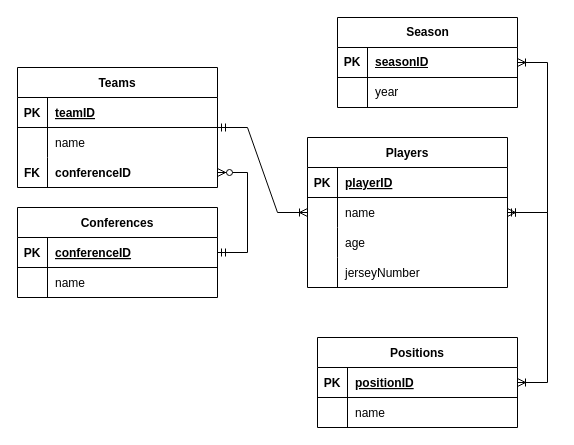
This is projDiagram.drawio from QuinnG8/LEBRON, a draw.io file, before an edit. Source tidied: cells renumbered, new cells numbered last; positions are measured from the earlier drawing's top-left corner, leaving out a move shared by most shapes. Both pictures are drawn from the tidied source at 100%, with x=0, y=0 at pixel (17, 17).
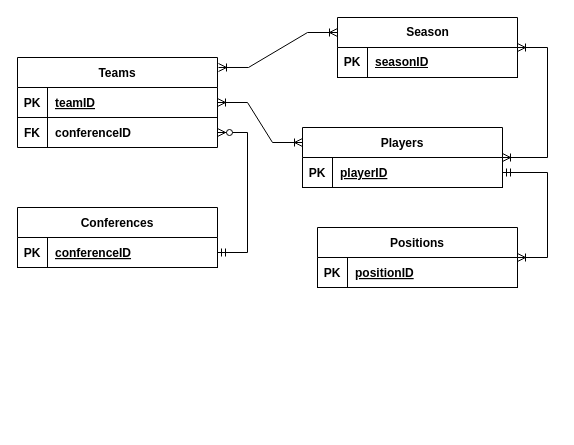
Above is the later version.

Commit message:
Updated ERD XML

Diff of the diagram source:
```diff
@@
     <mxCell id="2" value="Players" style="shape=table;startSize=30;childLayout=tableLayout;rowLines=0;fontStyle=1;align=center;" parent="1" vertex="1">
-      <mxGeometry x="290" y="120" width="200" height="150" as="geometry" />
+      <mxGeometry x="285" y="110" width="200" height="60" as="geometry" />
     </mxCell>
-    <mxCell id="3" style="shape=partialRectangle;fillColor=none;top=0;left=0;right=0;bottom=1;" parent="2" vertex="1">
-      <mxGeometry y="30" width="200" height="30" as="geometry" />
-    </mxCell>
-    <mxCell id="4" value="PK" style="shape=partialRectangle;overflow=hidden;fillColor=none;top=0;left=0;bottom=0;right=0;fontStyle=1;" parent="3" vertex="1">
-      <mxGeometry width="30" height="30" as="geometry" />
-    </mxCell>
+    <mxCell id="50" style="shape=partialRectangle;fillColor=none;points=[[0,0.5],[1,0.5]];portConstraint=eastwest;top=0;left=0;right=0;bottom=1;" parent="2" vertex="1">
+      <mxGeometry y="30" width="200" height="30" as="geometry" />
+    </mxCell>
+    <mxCell id="51" value="PK" style="shape=partialRectangle;overflow=hidden;fillColor=none;top=0;left=0;bottom=0;right=0;fontStyle=1;" parent="50" vertex="1">
+      <mxGeometry width="30" height="30" as="geometry" />
+    </mxCell>
-    <mxCell id="5" value="playerID" style="shape=partialRectangle;overflow=hidden;fillColor=none;top=0;left=0;bottom=0;right=0;align=left;spacingLeft=6;fontStyle=5;" parent="3" vertex="1">
+    <mxCell id="5" value="playerID" style="shape=partialRectangle;overflow=hidden;fillColor=none;top=0;left=0;bottom=0;right=0;align=left;spacingLeft=6;fontStyle=5;" parent="50" vertex="1">
       <mxGeometry x="30" width="170" height="30" as="geometry" />
     </mxCell>
-    <mxCell id="6" style="shape=partialRectangle;fillColor=none;top=0;left=0;right=0;bottom=0;" parent="2" vertex="1">
-      <mxGeometry y="60" width="200" height="30" as="geometry" />
-    </mxCell>
-    <mxCell id="7" style="shape=partialRectangle;overflow=hidden;fillColor=none;top=0;left=0;bottom=0;right=0;" parent="6" vertex="1">
-      <mxGeometry width="30" height="30" as="geometry" />
-    </mxCell>
-    <mxCell id="8" value="name" style="shape=partialRectangle;overflow=hidden;fillColor=none;top=0;left=0;bottom=0;right=0;align=left;spacingLeft=6;" parent="6" vertex="1">
-      <mxGeometry x="30" width="170" height="30" as="geometry" />
-    </mxCell>
-    <mxCell id="9" style="shape=partialRectangle;fillColor=none;top=0;left=0;right=0;bottom=0;" parent="2" vertex="1">
-      <mxGeometry y="90" width="200" height="30" as="geometry" />
-    </mxCell>
-    <mxCell id="10" style="shape=partialRectangle;overflow=hidden;fillColor=none;top=0;left=0;bottom=0;right=0;" parent="9" vertex="1">
-      <mxGeometry width="30" height="30" as="geometry" />
-    </mxCell>
-    <mxCell id="11" value="age" style="shape=partialRectangle;overflow=hidden;fillColor=none;top=0;left=0;bottom=0;right=0;align=left;spacingLeft=6;" parent="9" vertex="1">
-      <mxGeometry x="30" width="170" height="30" as="geometry" />
-    </mxCell>
-    <mxCell id="12" style="shape=partialRectangle;fillColor=none;top=0;left=0;right=0;bottom=0;" parent="2" vertex="1">
-      <mxGeometry y="120" width="200" height="30" as="geometry" />
-    </mxCell>
-    <mxCell id="13" style="shape=partialRectangle;overflow=hidden;fillColor=none;top=0;left=0;bottom=0;right=0;" parent="12" vertex="1">
-      <mxGeometry width="30" height="30" as="geometry" />
-    </mxCell>
-    <mxCell id="14" value="jerseyNumber" style="shape=partialRectangle;overflow=hidden;fillColor=none;top=0;left=0;bottom=0;right=0;align=left;spacingLeft=6;" parent="12" vertex="1">
-      <mxGeometry x="30" width="170" height="30" as="geometry" />
-    </mxCell>
     <mxCell id="15" value="Conferences" style="shape=table;startSize=30;childLayout=tableLayout;rowLines=0;fontStyle=1;align=center;" parent="1" vertex="1">
-      <mxGeometry y="190" width="200" height="90" as="geometry" />
+      <mxGeometry y="190" width="200" height="60" as="geometry" />
     </mxCell>
-    <mxCell id="16" style="shape=partialRectangle;fillColor=none;points=[[0,0.5],[1,0.5]];portConstraint=eastwest;top=0;left=0;right=0;bottom=1;" parent="15" vertex="1">
-      <mxGeometry y="30" width="200" height="30" as="geometry" />
-    </mxCell>
-    <mxCell id="17" value="PK" style="shape=partialRectangle;overflow=hidden;fillColor=none;top=0;left=0;bottom=0;right=0;fontStyle=1;" parent="16" vertex="1">
-      <mxGeometry width="30" height="30" as="geometry" />
-    </mxCell>
+    <mxCell id="52" style="shape=partialRectangle;fillColor=none;points=[[0,0.5],[1,0.5]];portConstraint=eastwest;top=0;left=0;right=0;bottom=1;" parent="15" vertex="1">
+      <mxGeometry y="30" width="200" height="30" as="geometry" />
+    </mxCell>
+    <mxCell id="53" value="PK" style="shape=partialRectangle;overflow=hidden;fillColor=none;top=0;left=0;bottom=0;right=0;fontStyle=1;" parent="52" vertex="1">
+      <mxGeometry width="30" height="30" as="geometry" />
+    </mxCell>
-    <mxCell id="18" value="conferenceID" style="shape=partialRectangle;overflow=hidden;fillColor=none;top=0;left=0;bottom=0;right=0;align=left;spacingLeft=6;fontStyle=5;" parent="16" vertex="1">
+    <mxCell id="18" value="conferenceID" style="shape=partialRectangle;overflow=hidden;fillColor=none;top=0;left=0;bottom=0;right=0;align=left;spacingLeft=6;fontStyle=5;" parent="52" vertex="1">
       <mxGeometry x="30" width="170" height="30" as="geometry" />
     </mxCell>
-    <mxCell id="19" style="shape=partialRectangle;fillColor=none;top=0;left=0;right=0;bottom=0;" parent="15" vertex="1">
-      <mxGeometry y="60" width="200" height="30" as="geometry" />
-    </mxCell>
-    <mxCell id="20" style="shape=partialRectangle;overflow=hidden;fillColor=none;top=0;left=0;bottom=0;right=0;" parent="19" vertex="1">
-      <mxGeometry width="30" height="30" as="geometry" />
-    </mxCell>
-    <mxCell id="21" value="name" style="shape=partialRectangle;overflow=hidden;fillColor=none;top=0;left=0;bottom=0;right=0;align=left;spacingLeft=6;" parent="19" vertex="1">
-      <mxGeometry x="30" width="170" height="30" as="geometry" />
-    </mxCell>
     <mxCell id="22" value="Positions" style="shape=table;startSize=30;childLayout=tableLayout;rowLines=0;fontStyle=1;align=center;" parent="1" vertex="1">
-      <mxGeometry x="300" y="320" width="200" height="90" as="geometry" />
+      <mxGeometry x="300" y="210" width="200" height="60" as="geometry" />
     </mxCell>
-    <mxCell id="23" style="shape=partialRectangle;fillColor=none;top=0;left=0;right=0;bottom=1;" parent="22" vertex="1">
-      <mxGeometry y="30" width="200" height="30" as="geometry" />
-    </mxCell>
-    <mxCell id="24" value="PK" style="shape=partialRectangle;overflow=hidden;fillColor=none;top=0;left=0;bottom=0;right=0;fontStyle=1;" parent="23" vertex="1">
-      <mxGeometry width="30" height="30" as="geometry" />
-    </mxCell>
+    <mxCell id="54" style="shape=partialRectangle;fillColor=none;top=0;left=0;right=0;bottom=1;" parent="22" vertex="1">
+      <mxGeometry y="30" width="200" height="30" as="geometry" />
+    </mxCell>
+    <mxCell id="55" value="PK" style="shape=partialRectangle;overflow=hidden;fillColor=none;top=0;left=0;bottom=0;right=0;fontStyle=1;" parent="54" vertex="1">
+      <mxGeometry width="30" height="30" as="geometry" />
+    </mxCell>
-    <mxCell id="25" value="positionID" style="shape=partialRectangle;overflow=hidden;fillColor=none;top=0;left=0;bottom=0;right=0;align=left;spacingLeft=6;fontStyle=5;" parent="23" vertex="1">
+    <mxCell id="25" value="positionID" style="shape=partialRectangle;overflow=hidden;fillColor=none;top=0;left=0;bottom=0;right=0;align=left;spacingLeft=6;fontStyle=5;" parent="54" vertex="1">
       <mxGeometry x="30" width="170" height="30" as="geometry" />
     </mxCell>
-    <mxCell id="26" style="shape=partialRectangle;fillColor=none;top=0;left=0;right=0;bottom=0;" parent="22" vertex="1">
-      <mxGeometry y="60" width="200" height="30" as="geometry" />
-    </mxCell>
-    <mxCell id="27" style="shape=partialRectangle;overflow=hidden;fillColor=none;top=0;left=0;bottom=0;right=0;" parent="26" vertex="1">
-      <mxGeometry width="30" height="30" as="geometry" />
-    </mxCell>
-    <mxCell id="28" value="name" style="shape=partialRectangle;overflow=hidden;fillColor=none;top=0;left=0;bottom=0;right=0;align=left;spacingLeft=6;" parent="26" vertex="1">
-      <mxGeometry x="30" width="170" height="30" as="geometry" />
-    </mxCell>
     <mxCell id="29" value="Teams" style="shape=table;startSize=30;childLayout=tableLayout;rowLines=0;fontStyle=1;align=center;" parent="1" vertex="1">
-      <mxGeometry y="50" width="200" height="120" as="geometry" />
+      <mxGeometry y="40" width="200" height="90" as="geometry" />
     </mxCell>
-    <mxCell id="30" style="shape=partialRectangle;fillColor=none;top=0;left=0;right=0;bottom=1;" parent="29" vertex="1">
-      <mxGeometry y="30" width="200" height="30" as="geometry" />
-    </mxCell>
-    <mxCell id="31" value="PK" style="shape=partialRectangle;overflow=hidden;fillColor=none;top=0;left=0;bottom=0;right=0;fontStyle=1;" parent="30" vertex="1">
-      <mxGeometry width="30" height="30" as="geometry" />
-    </mxCell>
+    <mxCell id="56" style="shape=partialRectangle;fillColor=none;points=[[0,0.5],[1,0.5]];portConstraint=eastwest;top=0;left=0;right=0;bottom=1;" parent="29" vertex="1">
+      <mxGeometry y="30" width="200" height="30" as="geometry" />
+    </mxCell>
+    <mxCell id="57" value="PK" style="shape=partialRectangle;overflow=hidden;fillColor=none;top=0;left=0;bottom=0;right=0;fontStyle=1;" parent="56" vertex="1">
+      <mxGeometry width="30" height="30" as="geometry" />
+    </mxCell>
-    <mxCell id="32" value="teamID" style="shape=partialRectangle;overflow=hidden;fillColor=none;top=0;left=0;bottom=0;right=0;align=left;spacingLeft=6;fontStyle=5;" parent="30" vertex="1">
+    <mxCell id="32" value="teamID" style="shape=partialRectangle;overflow=hidden;fillColor=none;top=0;left=0;bottom=0;right=0;align=left;spacingLeft=6;fontStyle=5;" parent="56" vertex="1">
       <mxGeometry x="30" width="170" height="30" as="geometry" />
     </mxCell>
-    <mxCell id="33" style="shape=partialRectangle;fillColor=none;top=0;left=0;right=0;bottom=0;" parent="29" vertex="1">
-      <mxGeometry y="60" width="200" height="30" as="geometry" />
-    </mxCell>
-    <mxCell id="34" style="shape=partialRectangle;overflow=hidden;fillColor=none;top=0;left=0;bottom=0;right=0;" parent="33" vertex="1">
-      <mxGeometry width="30" height="30" as="geometry" />
-    </mxCell>
-    <mxCell id="35" value="name" style="shape=partialRectangle;overflow=hidden;fillColor=none;top=0;left=0;bottom=0;right=0;align=left;spacingLeft=6;" parent="33" vertex="1">
-      <mxGeometry x="30" width="170" height="30" as="geometry" />
-    </mxCell>
-    <mxCell id="36" style="shape=partialRectangle;fillColor=none;points=[[0,0.5],[1,0.5]];portConstraint=eastwest;top=0;left=0;right=0;bottom=0;" parent="29" vertex="1">
-      <mxGeometry y="90" width="200" height="30" as="geometry" />
-    </mxCell>
+    <mxCell id="58" style="shape=partialRectangle;fillColor=none;points=[[0,0.5],[1,0.5]];portConstraint=eastwest;top=0;left=0;right=0;bottom=0;" parent="29" vertex="1">
+      <mxGeometry y="60" width="200" height="30" as="geometry" />
+    </mxCell>
-    <mxCell id="37" value="FK" style="shape=partialRectangle;overflow=hidden;fillColor=none;top=0;left=0;bottom=0;right=0;fontStyle=1;" parent="36" vertex="1">
+    <mxCell id="37" value="FK" style="shape=partialRectangle;overflow=hidden;fillColor=none;top=0;left=0;bottom=0;right=0;fontStyle=1;" parent="58" vertex="1">
       <mxGeometry width="30" height="30" as="geometry" />
     </mxCell>
-    <mxCell id="38" value="conferenceID" style="shape=partialRectangle;overflow=hidden;fillColor=none;top=0;left=0;bottom=0;right=0;align=left;spacingLeft=6;fontStyle=1;" parent="36" vertex="1">
-      <mxGeometry x="30" width="170" height="30" as="geometry" />
-    </mxCell>
+    <mxCell id="59" style="shape=partialRectangle;overflow=hidden;fillColor=none;top=0;left=0;bottom=0;right=0;align=left;spacingLeft=6;fontStyle=1;" parent="58" vertex="1">
+      <mxGeometry x="30" width="170" height="30" as="geometry" />
+    </mxCell>
     <mxCell id="39" value="Season" style="shape=table;startSize=30;childLayout=tableLayout;rowLines=0;fontStyle=1;align=center;html=1;" parent="1" vertex="1">
-      <mxGeometry x="320" width="180" height="90" as="geometry" />
+      <mxGeometry x="320" width="180" height="60" as="geometry" />
     </mxCell>
@@
-    <mxCell id="43" style="shape=tableRow;horizontal=0;startSize=0;swimlaneHead=0;swimlaneBody=0;fillColor=none;top=0;left=0;right=0;bottom=0;" parent="39" vertex="1">
-      <mxGeometry y="60" width="180" height="30" as="geometry" />
-    </mxCell>
-    <mxCell id="44" style="shape=partialRectangle;fillColor=none;top=0;left=0;bottom=0;right=0;overflow=hidden;whiteSpace=wrap;html=1;" parent="43" vertex="1">
-      <mxGeometry width="30" height="30" as="geometry" />
-    </mxCell>
-    <mxCell id="45" value="year" style="shape=partialRectangle;fillColor=none;top=0;left=0;bottom=0;right=0;align=left;spacingLeft=6;overflow=hidden;whiteSpace=wrap;html=1;" parent="43" vertex="1">
-      <mxGeometry x="30" width="150" height="30" as="geometry" />
-    </mxCell>
-    <mxCell id="46" style="edgeStyle=entityRelationEdgeStyle;fontSize=12;html=1;endArrow=ERzeroToMany;startArrow=ERmandOne;rounded=0;" parent="1" edge="1" source="16" target="36">
-      <mxGeometry relative="1" as="geometry" />
-    </mxCell>
-    <mxCell id="47" style="edgeStyle=entityRelationEdgeStyle;fontSize=12;html=1;endArrow=ERoneToMany;startArrow=ERmandOne;rounded=0;" parent="1" edge="1" source="29" target="2">
-      <mxGeometry relative="1" as="geometry" />
-    </mxCell>
+    <mxCell id="60" style="edgeStyle=entityRelationEdgeStyle;fontSize=12;html=1;endArrow=ERzeroToMany;startArrow=ERmandOne;rounded=0;" parent="1" edge="1" source="52" target="58">
+      <mxGeometry relative="1" as="geometry" />
+    </mxCell>
@@
-    <mxCell id="49" style="edgeStyle=entityRelationEdgeStyle;fontSize=12;html=1;endArrow=ERoneToMany;startArrow=ERmandOne;rounded=0;" parent="1" edge="1" source="2" target="22">
-      <mxGeometry relative="1" as="geometry" />
-    </mxCell>
+    <mxCell id="61" style="edgeStyle=entityRelationEdgeStyle;fontSize=12;html=1;endArrow=ERoneToMany;startArrow=ERmandOne;rounded=0;" parent="1" edge="1" source="50" target="22">
+      <mxGeometry relative="1" as="geometry">
+        <Array as="points">
+          <mxPoint x="400" y="270" />
+        </Array>
+      </mxGeometry>
+    </mxCell>
+    <mxCell id="38" value="conferenceID" style="shape=partialRectangle;overflow=hidden;fillColor=none;top=0;left=0;bottom=0;right=0;align=left;spacingLeft=6;fontStyle=1;" parent="1" vertex="1">
+      <mxGeometry x="30" y="100" width="170" height="30" as="geometry" />
+    </mxCell>
+    <mxCell id="62" style="edgeStyle=entityRelationEdgeStyle;fontSize=12;html=1;endArrow=ERoneToMany;startArrow=ERoneToMany;rounded=0;entryX=0;entryY=0.25;entryDx=0;entryDy=0;exitX=1.005;exitY=0.111;exitDx=0;exitDy=0;exitPerimeter=0;" parent="1" edge="1" source="29" target="39">
+      <mxGeometry relative="1" as="geometry" />
+    </mxCell>
+    <mxCell id="63" style="edgeStyle=entityRelationEdgeStyle;fontSize=12;html=1;endArrow=ERoneToMany;startArrow=ERoneToMany;rounded=0;entryX=0;entryY=0.25;entryDx=0;entryDy=0;exitX=1;exitY=0.5;exitDx=0;exitDy=0;" parent="1" edge="1" source="56" target="2">
+      <mxGeometry relative="1" as="geometry" />
+    </mxCell>
```
